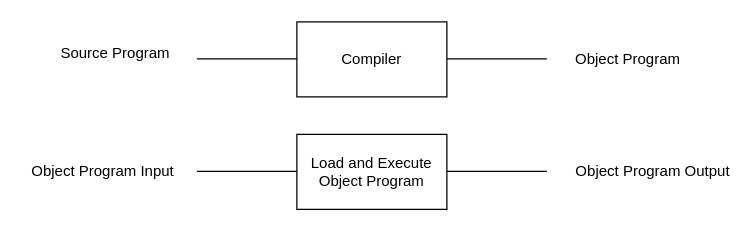
Before: compiler_fig_01.drawio in asthanegi14/Software_Engineering, a draw.io diagram. Source tidied: cells renumbered, new cells numbered last; positions are measured from the earlier drawing's top-left corner, leaving out a move shared by most shapes. Both pictures are drawn from the tidied source at 125%, with x=0, y=0 at pixel (21, 21).
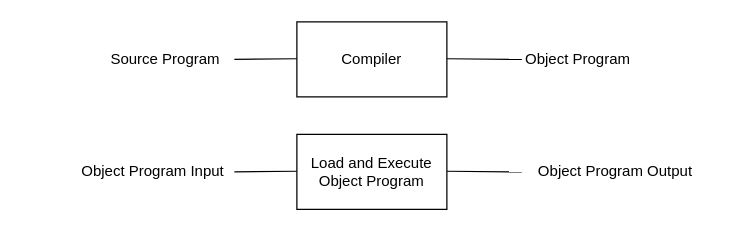
Above is the later version.

Change to the diagram source:
```diff
@@
 <mxGraphModel>
   <root>
     <mxCell id="0" />
     <mxCell id="1" parent="0" />
     <mxCell id="2" style="rounded=0;whiteSpace=wrap;html=1;" parent="1" vertex="1">
       <mxGeometry x="220" y="90" width="120" height="60" as="geometry" />
     </mxCell>
     <mxCell id="3" style="rounded=0;whiteSpace=wrap;html=1;" parent="1" vertex="1">
       <mxGeometry x="220" width="120" height="60" as="geometry" />
     </mxCell>
-    <mxCell id="4" style="endArrow=none;html=1;rounded=0;entryX=0;entryY=0.633;entryDx=0;entryDy=0;entryPerimeter=0;" parent="1" edge="1">
+    <mxCell id="4" style="endArrow=none;html=1;rounded=0;" parent="1" edge="1">
       <mxGeometry relative="1" as="geometry">
         <mxPoint x="340" y="29.5" as="sourcePoint" />
-        <mxPoint x="420" y="29.5" as="targetPoint" />
+        <mxPoint x="400" y="30" as="targetPoint" />
       </mxGeometry>
     </mxCell>
     <mxCell id="5" style="endArrow=none;html=1;rounded=0;entryX=0;entryY=0.5;entryDx=0;entryDy=0;entryPerimeter=0;" parent="1" edge="1">
       <mxGeometry relative="1" as="geometry">
-        <mxPoint x="140" y="119.5" as="sourcePoint" />
+        <mxPoint x="170" y="120" as="sourcePoint" />
         <mxPoint x="220" y="119.5" as="targetPoint" />
       </mxGeometry>
     </mxCell>
-    <mxCell id="6" style="endArrow=none;html=1;rounded=0;entryX=0;entryY=0.5;entryDx=0;entryDy=0;entryPerimeter=0;" parent="1" edge="1">
+    <mxCell id="6" style="endArrow=none;html=1;rounded=0;" parent="1" edge="1">
       <mxGeometry relative="1" as="geometry">
         <mxPoint x="340" y="119.5" as="sourcePoint" />
-        <mxPoint x="420" y="119.5" as="targetPoint" />
+        <mxPoint x="400" y="120" as="targetPoint" />
       </mxGeometry>
     </mxCell>
     <mxCell id="7" style="endArrow=none;html=1;rounded=0;entryX=0;entryY=0.5;entryDx=0;entryDy=0;entryPerimeter=0;" parent="1" edge="1">
       <mxGeometry relative="1" as="geometry">
-        <mxPoint x="140" y="29.5" as="sourcePoint" />
+        <mxPoint x="170" y="30" as="sourcePoint" />
         <mxPoint x="220" y="29.5" as="targetPoint" />
       </mxGeometry>
     </mxCell>
     <mxCell id="8" value="Load and Execute Object Program" style="text;html=1;strokeColor=none;fillColor=none;align=center;verticalAlign=middle;whiteSpace=wrap;rounded=0;" parent="1" vertex="1">
       <mxGeometry x="230" y="100" width="100" height="40" as="geometry" />
     </mxCell>
     <mxCell id="9" value="Compiler" style="text;html=1;strokeColor=none;fillColor=none;align=center;verticalAlign=middle;whiteSpace=wrap;rounded=0;" parent="1" vertex="1">
       <mxGeometry x="250" y="15" width="60" height="30" as="geometry" />
     </mxCell>
     <mxCell id="10" value="Source Program" style="text;html=1;strokeColor=none;fillColor=none;align=center;verticalAlign=middle;whiteSpace=wrap;rounded=0;" parent="1" vertex="1">
-      <mxGeometry x="10" y="10" width="130" height="30" as="geometry" />
+      <mxGeometry x="50" y="15" width="130" height="30" as="geometry" />
     </mxCell>
     <mxCell id="11" value="Object Program Input" style="text;html=1;strokeColor=none;fillColor=none;align=center;verticalAlign=middle;whiteSpace=wrap;rounded=0;" parent="1" vertex="1">
-      <mxGeometry y="105" width="130" height="30" as="geometry" />
+      <mxGeometry x="40" y="105" width="130" height="30" as="geometry" />
     </mxCell>
     <mxCell id="12" value="Object Program" style="text;html=1;strokeColor=none;fillColor=none;align=center;verticalAlign=middle;whiteSpace=wrap;rounded=0;" parent="1" vertex="1">
-      <mxGeometry x="420" y="15" width="130" height="30" as="geometry" />
+      <mxGeometry x="380" y="15" width="130" height="30" as="geometry" />
     </mxCell>
     <mxCell id="13" value="Object Program Output" style="text;html=1;strokeColor=none;fillColor=none;align=center;verticalAlign=middle;whiteSpace=wrap;rounded=0;" parent="1" vertex="1">
-      <mxGeometry x="440" y="105" width="130" height="30" as="geometry" />
+      <mxGeometry x="410" y="105" width="130" height="30" as="geometry" />
     </mxCell>
   </root>
 </mxGraphModel>
```
